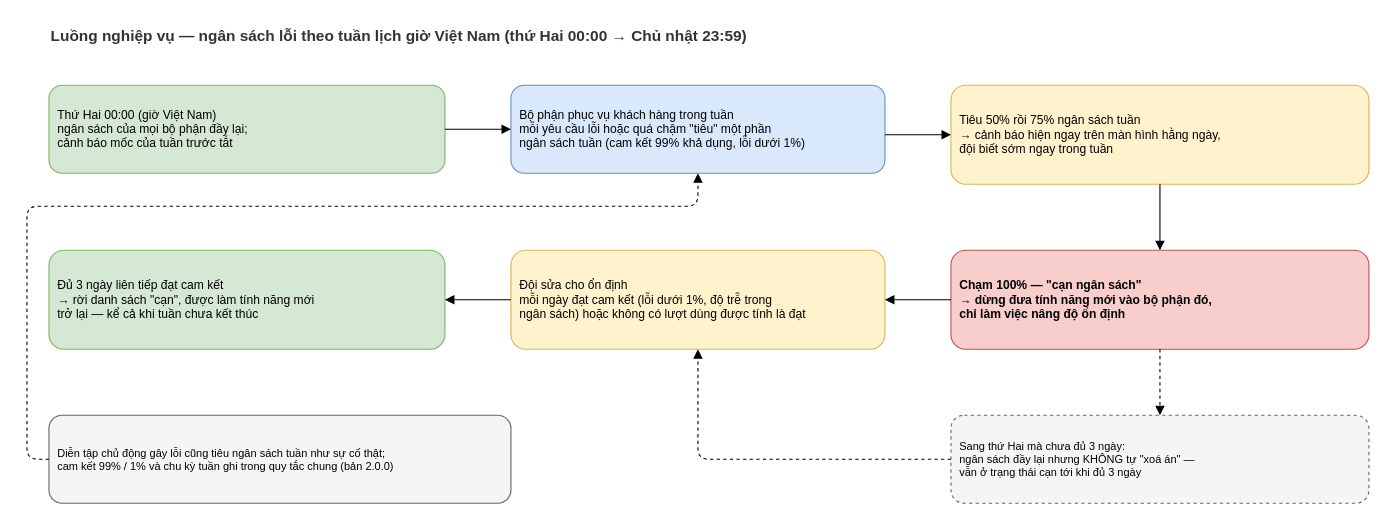
This is docs/diagrams/029-error-budget-weekly-flow-nghiep-vu.drawio from nmhieuit/ecommerce, a draw.io file, before an edit. Source tidied: cells renumbered, new cells numbered last; positions are measured from the earlier drawing's top-left corner, leaving out a move shared by most shapes. Both pictures are drawn from the tidied source at 110%, with x=0, y=0 at pixel (26, 19).
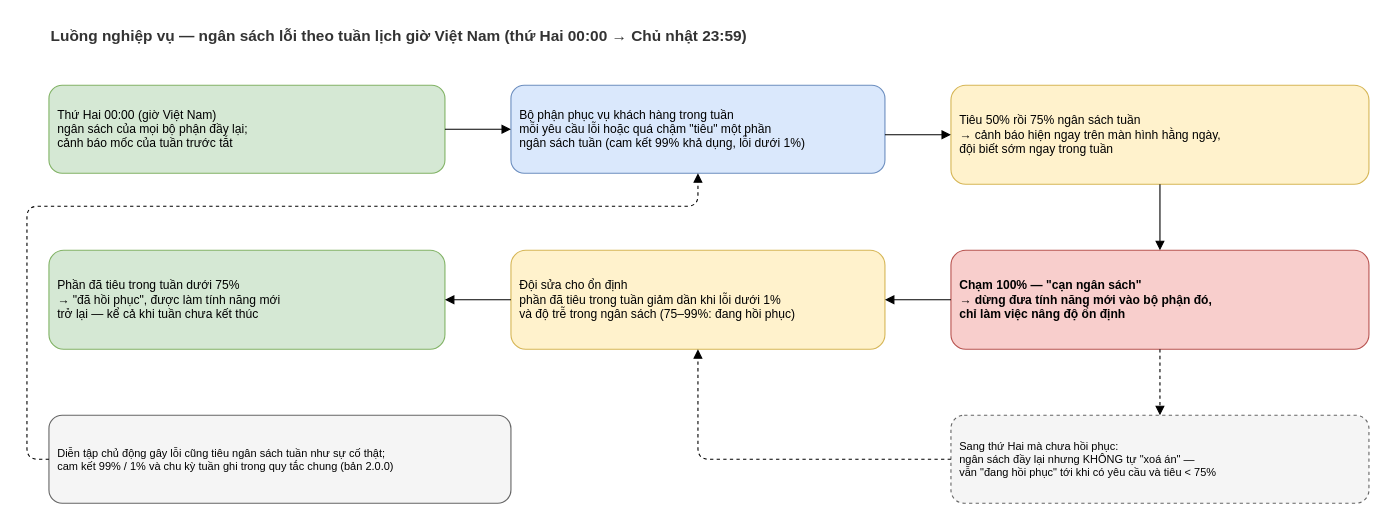
The same diagram, later.

The edit, as a diff of the source:
```diff
@@
-    <mxCell id="7" value="Đội sửa cho ổn định&#10;mỗi ngày đạt cam kết (lỗi dưới 1%, độ trễ trong&#10;ngân sách) hoặc không có lượt dùng được tính là đạt" style="rounded=1;whiteSpace=wrap;html=1;fillColor=#fff2cc;strokeColor=#d6b656;fontSize=11;align=left;spacingLeft=6;" parent="1" vertex="1">
+    <mxCell id="7" value="Đội sửa cho ổn định&#10;phần đã tiêu trong tuần giảm dần khi lỗi dưới 1%&#10;và độ trễ trong ngân sách (75–99%: đang hồi phục)" style="rounded=1;whiteSpace=wrap;html=1;fillColor=#fff2cc;strokeColor=#d6b656;fontSize=11;align=left;spacingLeft=6;" parent="1" vertex="1">
       <mxGeometry x="440" y="210" width="340" height="90" as="geometry" />
     </mxCell>
-    <mxCell id="8" value="Đủ 3 ngày liên tiếp đạt cam kết&#10;→ rời danh sách &quot;cạn&quot;, được làm tính năng mới&#10;trở lại — kể cả khi tuần chưa kết thúc" style="rounded=1;whiteSpace=wrap;html=1;fillColor=#d5e8d4;strokeColor=#82b366;fontSize=11;align=left;spacingLeft=6;" parent="1" vertex="1">
+    <mxCell id="8" value="Phần đã tiêu trong tuần dưới 75%&#10;→ &quot;đã hồi phục&quot;, được làm tính năng mới&#10;trở lại — kể cả khi tuần chưa kết thúc" style="rounded=1;whiteSpace=wrap;html=1;fillColor=#d5e8d4;strokeColor=#82b366;fontSize=11;align=left;spacingLeft=6;" parent="1" vertex="1">
       <mxGeometry x="20" y="210" width="360" height="90" as="geometry" />
     </mxCell>
-    <mxCell id="9" value="Sang thứ Hai mà chưa đủ 3 ngày:&#10;ngân sách đầy lại nhưng KHÔNG tự &quot;xoá án&quot; —&#10;vẫn ở trạng thái cạn tới khi đủ 3 ngày" style="rounded=1;whiteSpace=wrap;html=1;fillColor=#f5f5f5;strokeColor=#666666;fontSize=10;align=left;spacingLeft=6;dashed=1;" parent="1" vertex="1">
+    <mxCell id="9" value="Sang thứ Hai mà chưa hồi phục:&#10;ngân sách đầy lại nhưng KHÔNG tự &quot;xoá án&quot; —&#10;vẫn &quot;đang hồi phục&quot; tới khi có yêu cầu và tiêu &lt; 75%" style="rounded=1;whiteSpace=wrap;html=1;fillColor=#f5f5f5;strokeColor=#666666;fontSize=10;align=left;spacingLeft=6;dashed=1;" parent="1" vertex="1">
       <mxGeometry x="840" y="360" width="380" height="80" as="geometry" />
     </mxCell>
```
